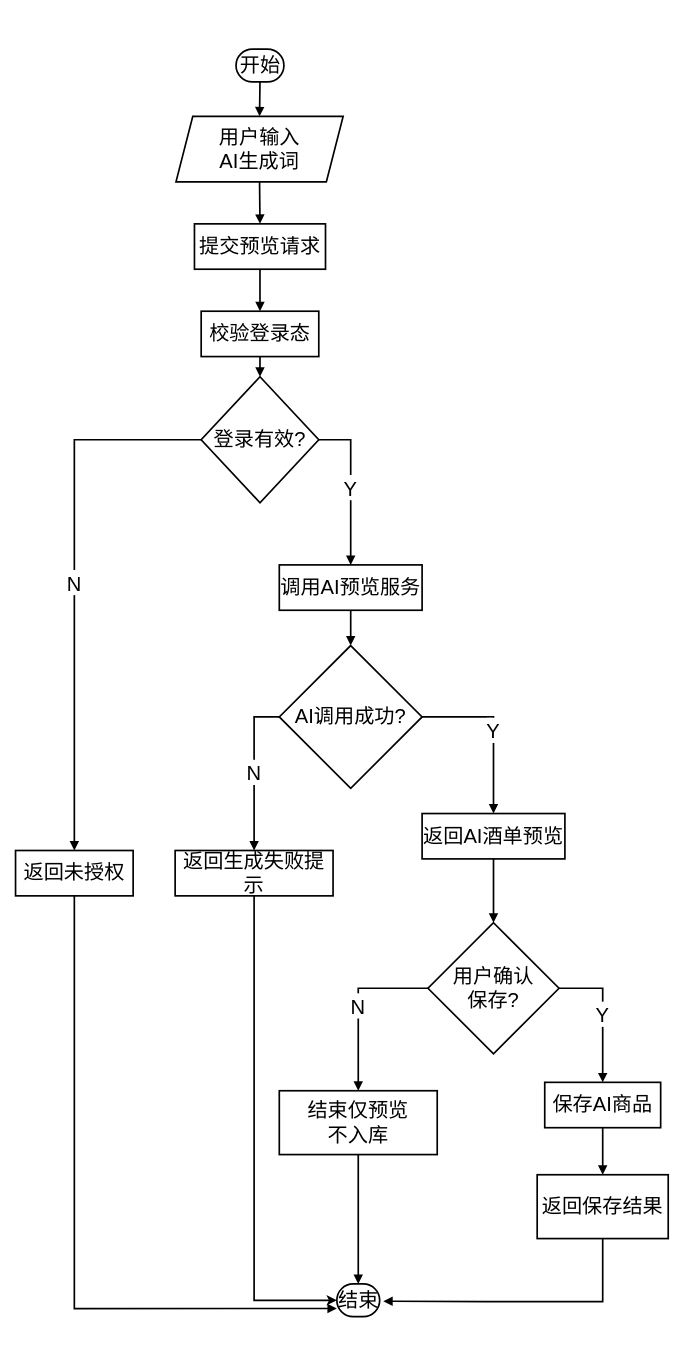
Above: AI推荐商品功能流程图.drawio in LichCarlos/darwIo (draw.io), before the change. Source tidied: cells renumbered, new cells numbered last; positions are measured from the earlier drawing's top-left corner, leaving out a move shared by most shapes. Both pictures are drawn from the tidied source at 84%, with x=0, y=0 at pixel (15, -319).
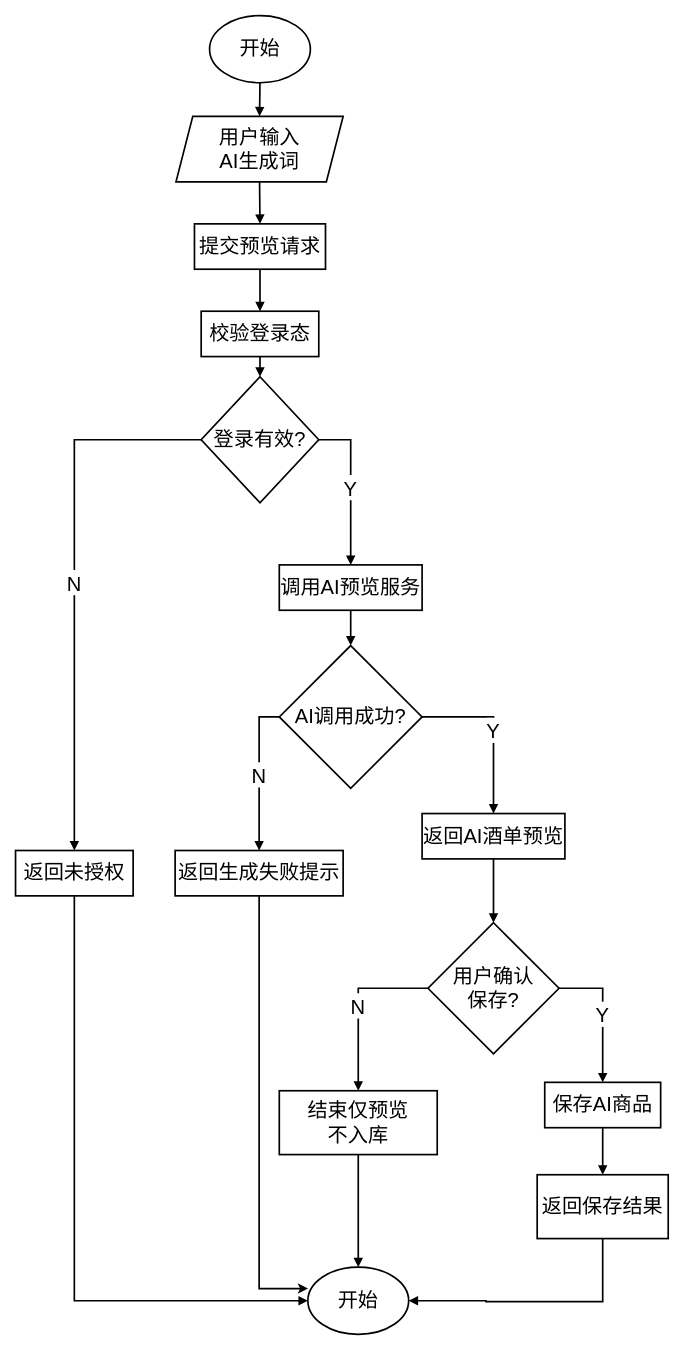
The same diagram, later.

Commit message:
更新AI推荐商品功能流程图.drawio

Unchanged cells that the change refers to:
```xml
<mxCell id="6" value="用户输入&#10;AI生成词" style="shape=parallelogram;perimeter=parallelogramPerimeter;fixedSize=1;strokeWidth=2;whiteSpace=wrap;fontSize=24;" parent="1" vertex="1">
  <mxGeometry x="191" y="518" width="199" height="78" as="geometry" />
</mxCell>
<mxCell id="10" value="返回未授权" style="whiteSpace=wrap;strokeWidth=2;fontSize=24;" parent="1" vertex="1">
  <mxGeometry y="1392" width="140" height="54" as="geometry" />
</mxCell>
<mxCell id="17" value="结束仅预览&#10;不入库" style="whiteSpace=wrap;strokeWidth=2;fontSize=24;" parent="1" vertex="1">
  <mxGeometry x="314" y="1678" width="188" height="76" as="geometry" />
</mxCell>
<mxCell id="20" value="返回保存结果" style="whiteSpace=wrap;strokeWidth=2;fontSize=24;" parent="1" vertex="1">
  <mxGeometry x="621" y="1778" width="156" height="76" as="geometry" />
</mxCell>
```

What changed in the source:
```diff
@@
-    <mxCell id="5" value="开始" style="rounded=1;whiteSpace=wrap;arcSize=50;strokeWidth=2;fontSize=24;" parent="1" vertex="1">
-      <mxGeometry x="262.5" y="438" width="57" height="39" as="geometry" />
-    </mxCell>
@@
-    <mxCell id="13" style="edgeStyle=orthogonalEdgeStyle;rounded=0;jettySize=auto;html=1;entryX=0;entryY=0.5;entryDx=0;entryDy=0;exitX=0.5;exitY=1;exitDx=0;exitDy=0;strokeWidth=2;" parent="1" edge="1" source="14" target="18">
+    <mxCell id="13" style="edgeStyle=orthogonalEdgeStyle;rounded=0;jettySize=auto;html=1;entryX=0.002;entryY=0.319;entryDx=0;entryDy=0;exitX=0.5;exitY=1;exitDx=0;exitDy=0;strokeWidth=2;entryPerimeter=0;" parent="1" edge="1" source="14" target="38">
       <mxGeometry relative="1" as="geometry" />
     </mxCell>
     <mxCell id="14" value="返回生成失败提示" style="whiteSpace=wrap;strokeWidth=2;fontSize=24;" parent="1" vertex="1">
-      <mxGeometry x="190" y="1392" width="188" height="54" as="geometry" />
+      <mxGeometry x="190" y="1392" width="200" height="54" as="geometry" />
     </mxCell>
@@
-    <mxCell id="18" value="结束" style="rounded=1;whiteSpace=wrap;arcSize=50;strokeWidth=2;fontSize=24;" parent="1" vertex="1">
-      <mxGeometry x="382.5" y="1908" width="51" height="39" as="geometry" />
-    </mxCell>
@@
-    <mxCell id="21" style="curved=1;startArrow=none;endArrow=block;strokeWidth=2;exitX=0.5;exitY=1;entryX=0.5;entryY=0;rounded=0;fontSize=24;" parent="1" edge="1" source="5" target="6">
-      <mxGeometry relative="1" as="geometry" />
+    <mxCell id="21" style="curved=1;startArrow=none;endArrow=block;strokeWidth=2;exitX=0.5;exitY=1;entryX=0.5;entryY=0;rounded=0;fontSize=24;" parent="1" edge="1" target="6">
+      <mxGeometry relative="1" as="geometry">
+        <mxPoint x="291" y="477" as="sourcePoint" />
+      </mxGeometry>
     </mxCell>
@@
-    <mxCell id="26" style="startArrow=none;endArrow=block;strokeWidth=2;exitX=0.5;exitY=0.99;entryX=0;entryY=0.75;rounded=0;fontSize=24;entryDx=0;entryDy=0;edgeStyle=orthogonalEdgeStyle;" parent="1" edge="1" source="10" target="18">
+    <mxCell id="26" style="startArrow=none;endArrow=block;strokeWidth=2;exitX=0.5;exitY=0.99;entryX=0;entryY=0.5;rounded=0;fontSize=24;entryDx=0;entryDy=0;edgeStyle=orthogonalEdgeStyle;" parent="1" edge="1" source="10" target="38">
       <mxGeometry relative="1" as="geometry" />
     </mxCell>
@@
-    <mxCell id="33" style="startArrow=none;endArrow=block;strokeWidth=2;exitX=0.5;exitY=0.99;entryX=0.5;entryY=0;rounded=0;fontSize=24;entryDx=0;entryDy=0;" parent="1" edge="1" source="17" target="18">
+    <mxCell id="33" style="startArrow=none;endArrow=block;strokeWidth=2;exitX=0.5;exitY=0.99;entryX=0.5;entryY=0;rounded=0;fontSize=24;entryDx=0;entryDy=0;" parent="1" edge="1" source="17" target="38">
       <mxGeometry relative="1" as="geometry" />
     </mxCell>
@@
-    <mxCell id="36" style="startArrow=none;endArrow=block;strokeWidth=2;exitX=0.5;exitY=0.99;rounded=0;fontSize=24;edgeStyle=orthogonalEdgeStyle;entryX=1.084;entryY=0.527;entryDx=0;entryDy=0;entryPerimeter=0;" parent="1" edge="1" source="20" target="18">
+    <mxCell id="36" style="startArrow=none;endArrow=block;strokeWidth=2;exitX=0.5;exitY=0.99;rounded=0;fontSize=24;edgeStyle=orthogonalEdgeStyle;entryX=1;entryY=0.5;entryDx=0;entryDy=0;" parent="1" edge="1" source="20" target="38">
       <mxGeometry relative="1" as="geometry">
         <Array as="points">
           <mxPoint x="699" y="1929" />
           <mxPoint x="560" y="1929" />
+          <mxPoint x="560" y="1928" />
+          <mxPoint x="471" y="1928" />
         </Array>
       </mxGeometry>
     </mxCell>
+    <mxCell id="37" value="开始" style="ellipse;whiteSpace=wrap;html=1;strokeWidth=2;fontSize=24;" parent="1" vertex="1">
+      <mxGeometry x="231" y="398" width="120" height="80" as="geometry" />
+    </mxCell>
+    <mxCell id="38" value="开始" style="ellipse;whiteSpace=wrap;html=1;strokeWidth=2;fontSize=24;" parent="1" vertex="1">
+      <mxGeometry x="348" y="1888" width="120" height="80" as="geometry" />
+    </mxCell>
```
